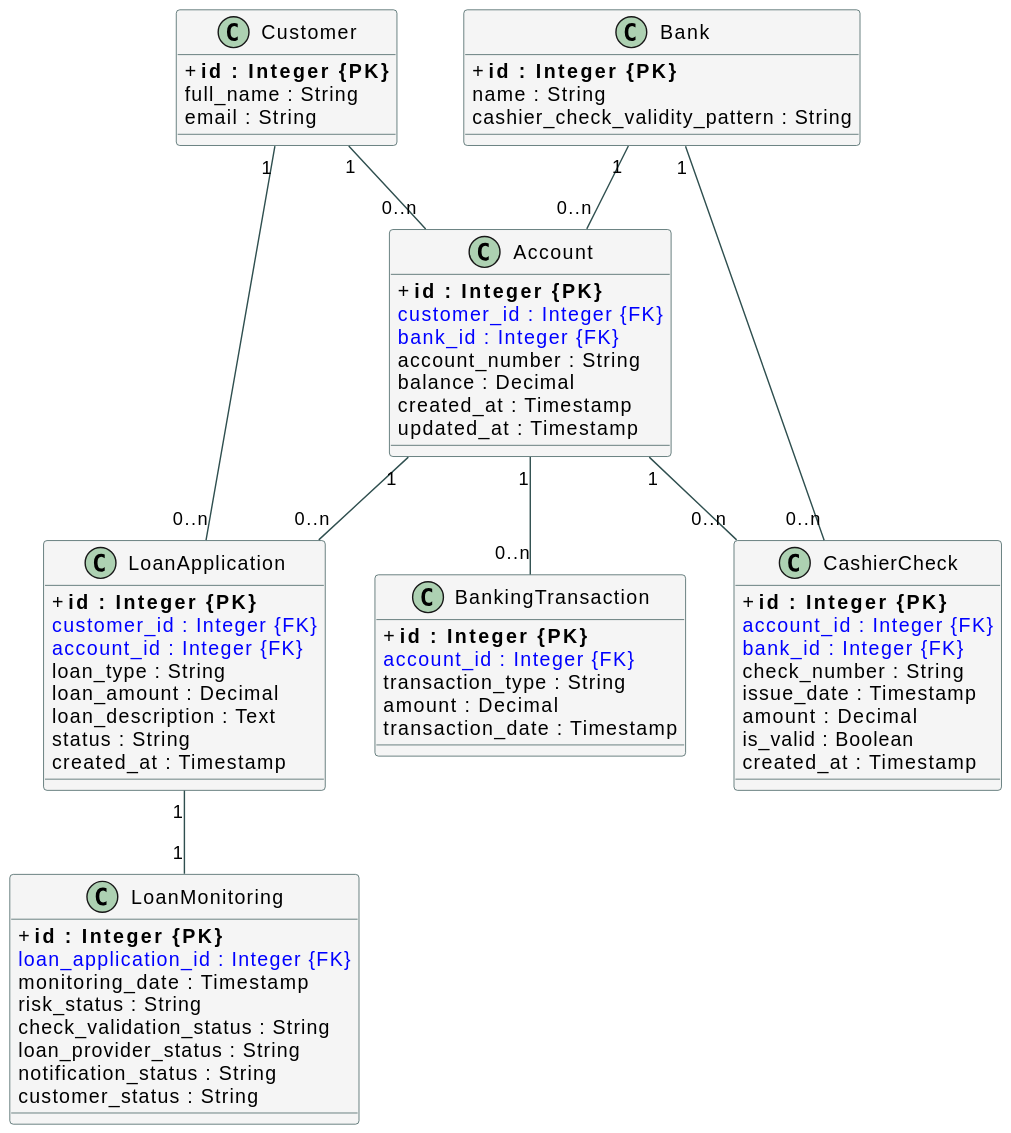
This is SQL_Relational_UML.svg from Adamouze/Loan_Process_Microservices, a PlantUML export, as it was before one commit.
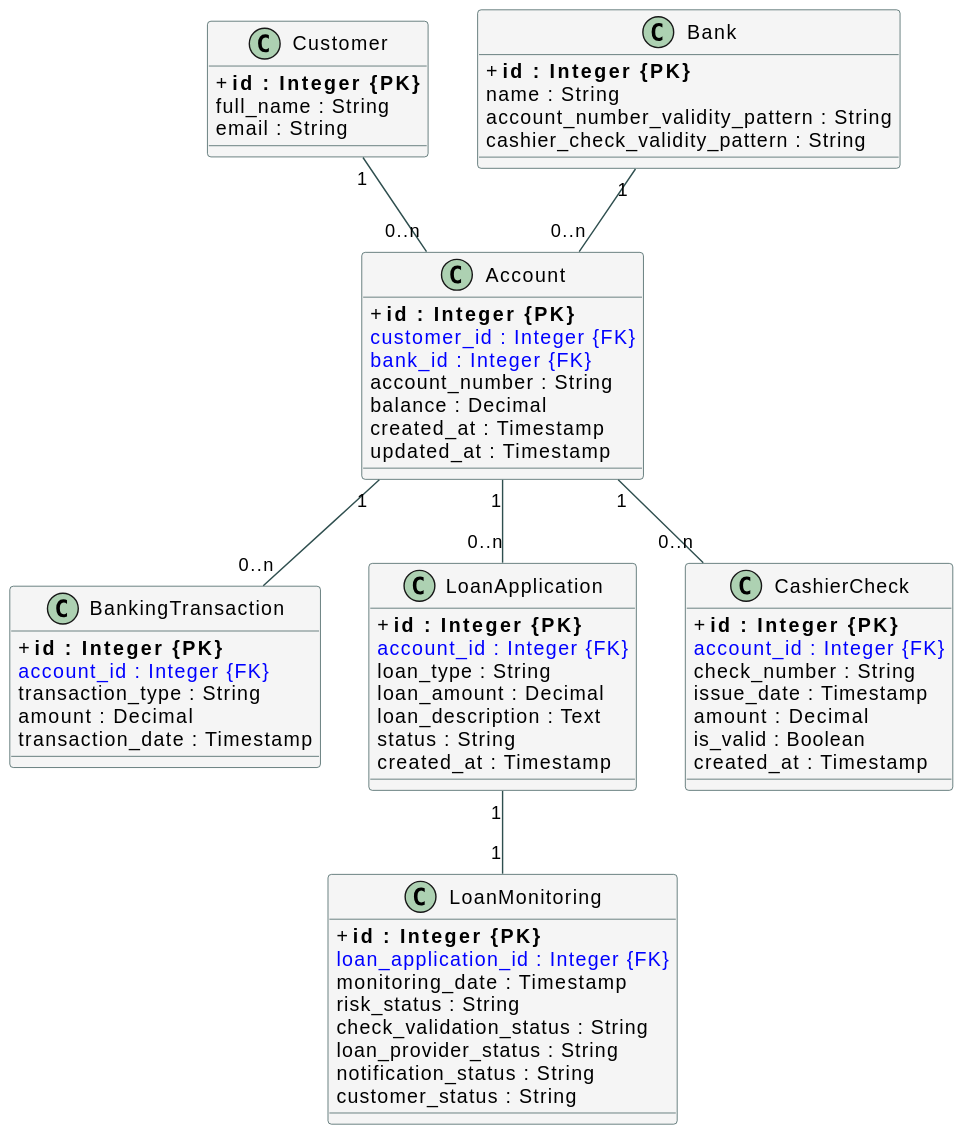
After the change.

Change to the diagram source:
```diff
@@ -15,6 +15,7 @@
 class Bank {
   + **id : Integer {PK}**
   name : String
+  account_number_validity_pattern : String
   cashier_check_validity_pattern : String
 }
 
@@ -38,7 +39,6 @@
 
 class LoanApplication {
   + **id : Integer {PK}**
-  <color:Blue>customer_id : Integer {FK}</color>
   <color:Blue>account_id : Integer {FK}</color>
   loan_type : String
   loan_amount : Decimal
@@ -50,7 +50,6 @@
 class CashierCheck {
   + **id : Integer {PK}**
   <color:Blue>account_id : Integer {FK}</color>
-  <color:Blue>bank_id : Integer {FK}</color>
   check_number : String
   issue_date : Timestamp
   amount : Decimal
@@ -73,8 +72,6 @@
 Bank "1" -- "0..n" Account
 Account "1" -- "0..n" BankingTransaction
 Account "1" -- "0..n" CashierCheck
-Bank "1" -- "0..n" CashierCheck
 Account "1" -- "0..n" LoanApplication
-Customer "1" -- "0..n" LoanApplication
 LoanApplication "1" -- "1" LoanMonitoring
 @enduml
```
